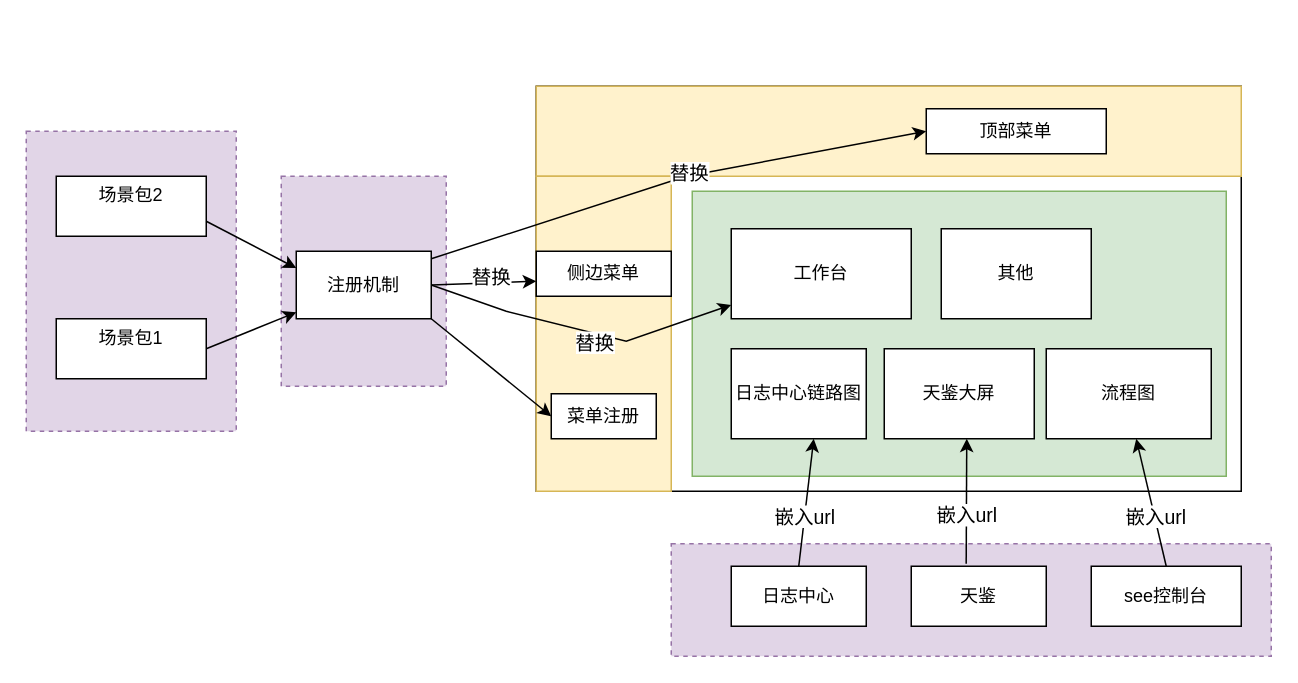
Above: 未命名绘图.drawio in HeyXml/draw.io (draw.io), before the change. Source tidied: cells renumbered, new cells numbered last; positions are measured from the earlier drawing's top-left corner, leaving out a move shared by most shapes. Both pictures are drawn from the tidied source at 150%, with x=0, y=0 at pixel (26, 86).
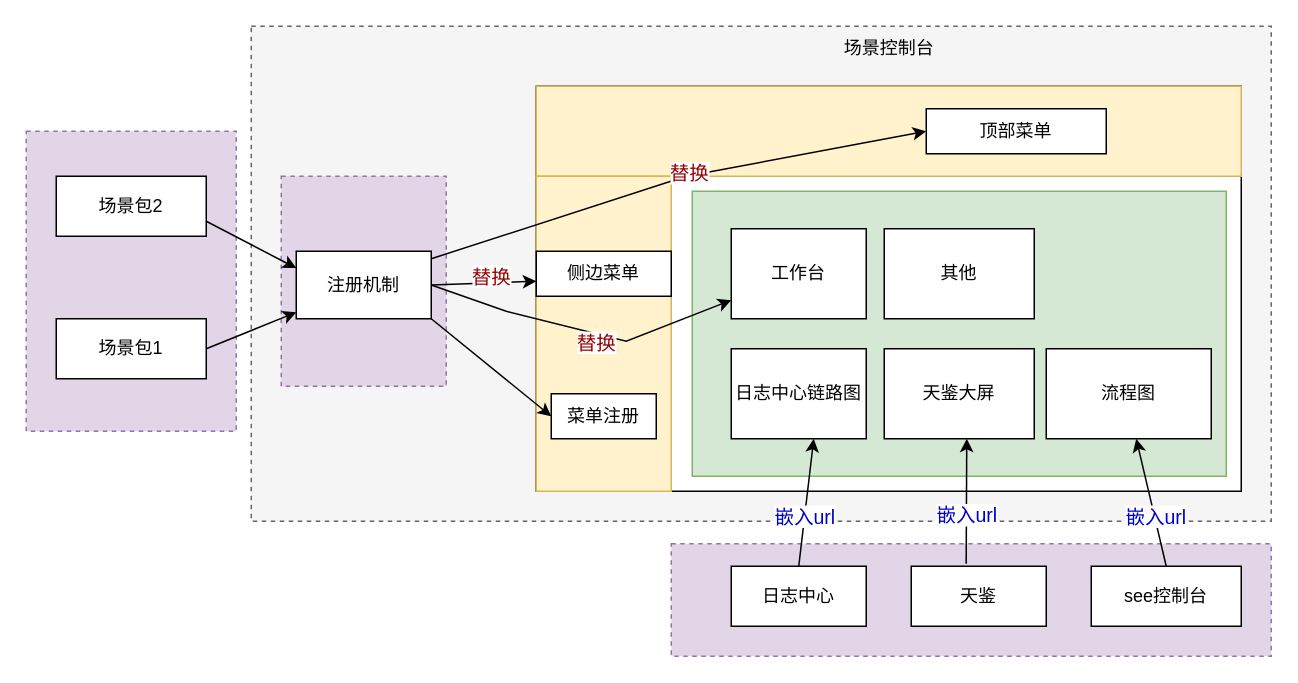
After the change.

Commit message:
更新未命名绘图.drawio

Unchanged cells that the change refers to:
```xml
<mxCell id="14" style="endArrow=classic;html=1;rounded=0;exitX=0.5;exitY=1;exitDx=0;exitDy=0;entryX=0.553;entryY=0.5;entryDx=0;entryDy=0;entryPerimeter=0;" parent="1" edge="1" target="6">
  <mxGeometry relative="1" as="geometry">
    <mxPoint x="270" y="115" as="sourcePoint" />
    <Array as="points">
      <mxPoint x="440" y="60" />
    </Array>
  </mxGeometry>
</mxCell>
<mxCell id="17" style="endArrow=classic;html=1;rounded=0;exitX=1;exitY=0.5;exitDx=0;exitDy=0;" parent="1" edge="1" source="12" target="19">
  <mxGeometry relative="1" as="geometry">
    <Array as="points">
      <mxPoint x="320" y="150" />
      <mxPoint x="400" y="170" />
    </Array>
  </mxGeometry>
</mxCell>
<mxCell id="21" style="endArrow=classic;html=1;rounded=0;exitX=1;exitY=0.5;exitDx=0;exitDy=0;entryX=0.25;entryY=0;entryDx=0;entryDy=0;" parent="1" edge="1" source="12">
  <mxGeometry relative="1" as="geometry">
    <mxPoint x="340" y="130" as="targetPoint" />
  </mxGeometry>
</mxCell>
<mxCell id="27" style="endArrow=classic;html=1;rounded=0;exitX=0.5;exitY=0;exitDx=0;exitDy=0;" parent="1" edge="1" source="26">
  <mxGeometry relative="1" as="geometry">
    <mxPoint x="740" y="235" as="targetPoint" />
  </mxGeometry>
</mxCell>
<mxCell id="31" style="endArrow=classic;html=1;rounded=0;exitX=0.5;exitY=0;exitDx=0;exitDy=0;entryX=1;entryY=0.5;entryDx=0;entryDy=0;" parent="1" edge="1" source="30">
  <mxGeometry relative="1" as="geometry">
    <mxPoint x="525" y="235" as="targetPoint" />
  </mxGeometry>
</mxCell>
<mxCell id="36" style="endArrow=classic;html=1;rounded=0;exitX=0.407;exitY=-0.04;exitDx=0;exitDy=0;entryX=1;entryY=0.5;entryDx=0;entryDy=0;exitPerimeter=0;" parent="1" edge="1" source="33">
  <mxGeometry relative="1" as="geometry">
    <mxPoint x="627" y="235" as="targetPoint" />
  </mxGeometry>
</mxCell>
```

Diff of the diagram source:
```diff
@@
+    <mxCell id="38" style="rounded=0;whiteSpace=wrap;html=1;fillColor=#f5f5f5;strokeColor=#666666;dashed=1;fontColor=#333333;" parent="1" vertex="1">
+      <mxGeometry x="150" y="-40" width="680" height="330" as="geometry" />
+    </mxCell>
@@
-    <mxCell id="10" value="场景包1&lt;div&gt;&lt;br/&gt;&lt;/div&gt;" style="rounded=0;whiteSpace=wrap;html=1;" parent="1" vertex="1">
+    <mxCell id="10" value="场景包1" style="rounded=0;whiteSpace=wrap;html=1;" parent="1" vertex="1">
       <mxGeometry x="20" y="155" width="100" height="40" as="geometry" />
     </mxCell>
-    <mxCell id="11" value="场景包2&lt;div&gt;&lt;br/&gt;&lt;/div&gt;" style="rounded=0;whiteSpace=wrap;html=1;" parent="1" vertex="1">
+    <mxCell id="11" value="场景包2" style="rounded=0;whiteSpace=wrap;html=1;" parent="1" vertex="1">
       <mxGeometry x="20" y="60" width="100" height="40" as="geometry" />
     </mxCell>
@@
-    <mxCell id="15" value="替换" style="edgeLabel;html=1;align=center;verticalAlign=middle;fontSize=13;" parent="14" vertex="1">
+    <mxCell id="15" value="替换" style="edgeLabel;html=1;align=center;verticalAlign=middle;fontSize=13;fontColor=#990000;" parent="14" vertex="1">
       <mxGeometry x="-0.03" y="3" relative="1" as="geometry">
         <mxPoint x="14" y="-4" as="offset" />
       </mxGeometry>
     </mxCell>
@@
-    <mxCell id="18" value="替换" style="edgeLabel;html=1;align=center;verticalAlign=middle;fontSize=13;" parent="17" vertex="1">
+    <mxCell id="18" value="替换" style="edgeLabel;html=1;align=center;verticalAlign=middle;fontSize=13;fontColor=#990000;" parent="17" vertex="1">
       <mxGeometry x="0.07" y="4" relative="1" as="geometry">
         <mxPoint y="10" as="offset" />
       </mxGeometry>
     </mxCell>
     <mxCell id="19" value="工作台" style="rounded=0;whiteSpace=wrap;html=1;" parent="1" vertex="1">
-      <mxGeometry x="470" y="95" width="120" height="60" as="geometry" />
+      <mxGeometry x="470" y="95" width="90" height="60" as="geometry" />
     </mxCell>
@@
-    <mxCell id="22" value="替换" style="edgeLabel;html=1;align=center;verticalAlign=middle;fontSize=13;" parent="21" vertex="1">
+    <mxCell id="22" value="替换" style="edgeLabel;html=1;align=center;verticalAlign=middle;fontSize=13;fontColor=#990000;" parent="21" vertex="1">
       <mxGeometry x="0.57" y="2" relative="1" as="geometry">
         <mxPoint x="-15" y="-2" as="offset" />
       </mxGeometry>
     </mxCell>
@@
-    <mxCell id="28" value="嵌入url" style="edgeLabel;html=1;align=center;verticalAlign=middle;fontSize=13;" parent="27" vertex="1">
+    <mxCell id="28" value="嵌入url" style="edgeLabel;html=1;align=center;verticalAlign=middle;fontSize=13;fontColor=#0000CC;" parent="27" vertex="1">
       <mxGeometry x="-0.21" relative="1" as="geometry" />
     </mxCell>
@@
-    <mxCell id="32" value="嵌入url" style="edgeLabel;html=1;align=center;verticalAlign=middle;fontSize=13;" parent="31" vertex="1">
+    <mxCell id="32" value="嵌入url" style="edgeLabel;html=1;align=center;verticalAlign=middle;fontSize=13;fontColor=#0000CC;" parent="31" vertex="1">
       <mxGeometry x="-0.21" relative="1" as="geometry" />
     </mxCell>
@@
     <mxCell id="35" value="其他" style="rounded=0;whiteSpace=wrap;html=1;" parent="1" vertex="1">
-      <mxGeometry x="610" y="95" width="100" height="60" as="geometry" />
+      <mxGeometry x="572" y="95" width="100" height="60" as="geometry" />
     </mxCell>
@@
-    <mxCell id="37" value="嵌入url" style="edgeLabel;html=1;align=center;verticalAlign=middle;fontSize=13;" parent="36" vertex="1">
+    <mxCell id="37" value="嵌入url" style="edgeLabel;html=1;align=center;verticalAlign=middle;fontSize=13;fontColor=#0000CC;" parent="36" vertex="1">
       <mxGeometry x="-0.21" relative="1" as="geometry" />
     </mxCell>
+    <mxCell id="39" value="场景控制台" style="text;html=1;align=center;verticalAlign=middle;strokeColor=none;fillColor=none;" parent="1" vertex="1">
+      <mxGeometry x="535" y="-40" width="80" height="30" as="geometry" />
+    </mxCell>
```
